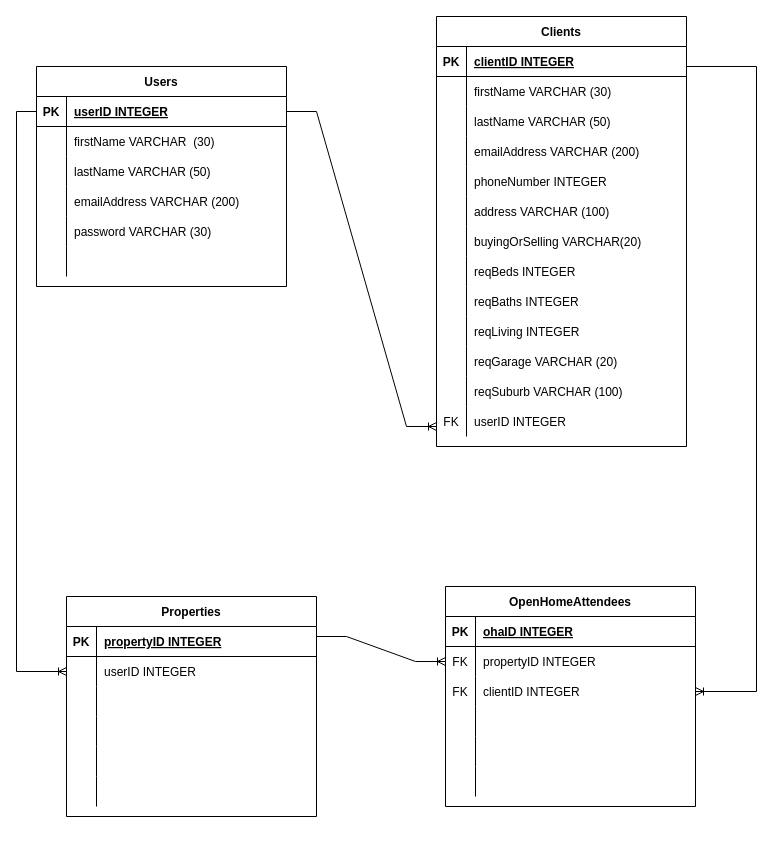
The draw.io diagram BackEnd/DatabaseModels/LogicalModel.drawio in EmCorkindale/CapstoneProject, before the edit. Source tidied: cells renumbered, new cells numbered last; positions are measured from the earlier drawing's top-left corner, leaving out a move shared by most shapes. Both pictures are drawn from the tidied source at 100%, with x=0, y=0 at pixel (16, 16).
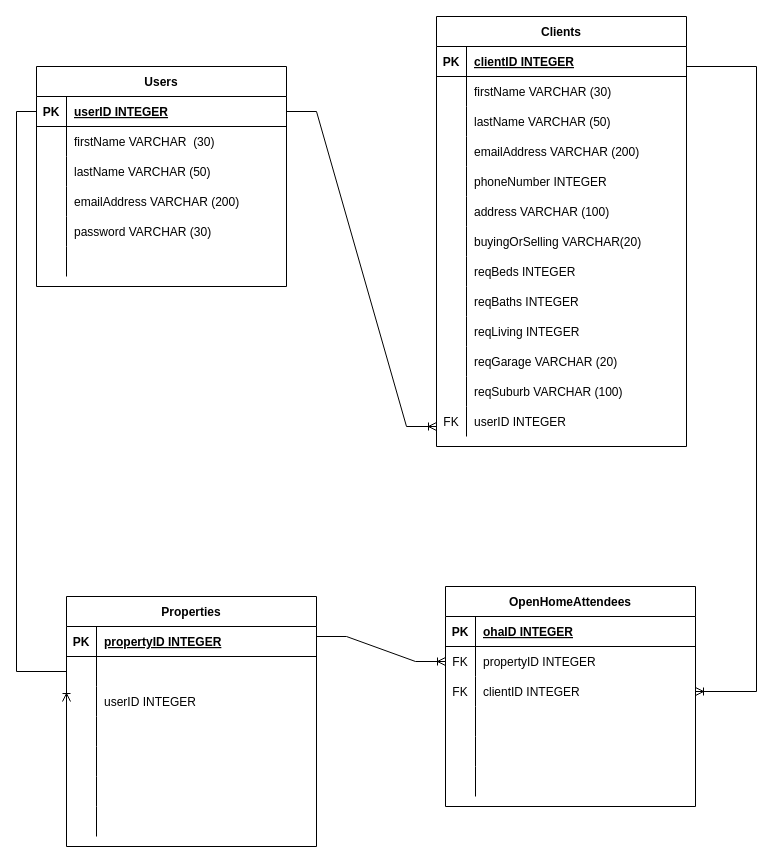
Above is the later version.

Diff of the diagram source:
```diff
@@
     <mxCell id="61" value="Properties" style="shape=table;startSize=30;childLayout=tableLayout;rowLines=0;fontStyle=1;align=center;" parent="1" vertex="1">
-      <mxGeometry x="50" y="580" width="250" height="220" as="geometry" />
+      <mxGeometry x="50" y="580" width="250" height="250" as="geometry" />
     </mxCell>
@@
+    <mxCell id="103" style="shape=partialRectangle;fillColor=none;top=0;left=0;right=0;bottom=0;" parent="61" vertex="1">
+      <mxGeometry y="60" width="250" height="30" as="geometry" />
+    </mxCell>
+    <mxCell id="104" style="shape=partialRectangle;overflow=hidden;fillColor=none;top=0;left=0;bottom=0;right=0;" parent="103" vertex="1">
+      <mxGeometry width="30" height="30" as="geometry" />
+    </mxCell>
+    <mxCell id="105" style="shape=partialRectangle;overflow=hidden;fillColor=none;top=0;left=0;bottom=0;right=0;align=left;spacingLeft=6;" parent="103" vertex="1">
+      <mxGeometry x="30" width="220" height="30" as="geometry" />
+    </mxCell>
     <mxCell id="65" style="shape=partialRectangle;fillColor=none;points=[[0,0.5],[1,0.5]];portConstraint=eastwest;top=0;left=0;right=0;bottom=0;" parent="61" vertex="1">
-      <mxGeometry y="60" width="250" height="30" as="geometry" />
+      <mxGeometry y="90" width="250" height="30" as="geometry" />
     </mxCell>
@@
     <mxCell id="68" style="shape=partialRectangle;fillColor=none;top=0;left=0;right=0;bottom=0;" parent="61" vertex="1">
-      <mxGeometry y="90" width="250" height="30" as="geometry" />
+      <mxGeometry y="120" width="250" height="30" as="geometry" />
     </mxCell>
@@
     <mxCell id="71" style="shape=partialRectangle;fillColor=none;top=0;left=0;right=0;bottom=0;" parent="61" vertex="1">
-      <mxGeometry y="120" width="250" height="30" as="geometry" />
+      <mxGeometry y="150" width="250" height="30" as="geometry" />
     </mxCell>
@@
     <mxCell id="74" style="shape=partialRectangle;fillColor=none;top=0;left=0;right=0;bottom=0;" parent="61" vertex="1">
-      <mxGeometry y="150" width="250" height="30" as="geometry" />
+      <mxGeometry y="180" width="250" height="30" as="geometry" />
     </mxCell>
@@
     <mxCell id="77" style="shape=partialRectangle;fillColor=none;top=0;left=0;right=0;bottom=0;" parent="61" vertex="1">
-      <mxGeometry y="180" width="250" height="30" as="geometry" />
+      <mxGeometry y="210" width="250" height="30" as="geometry" />
     </mxCell>
```
